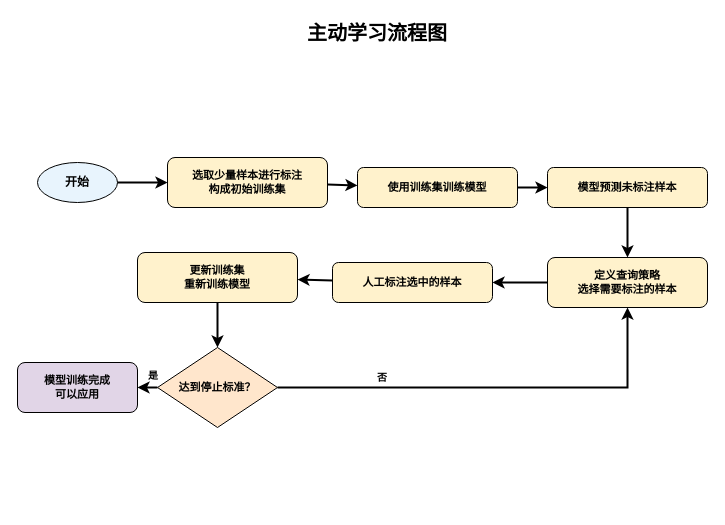
Earlier version of the draw.io diagram active learing.drawio (Melnis8/Chart). Source tidied: cells renumbered, new cells numbered last; positions are measured from the earlier drawing's top-left corner, leaving out a move shared by most shapes. Both pictures are drawn from the tidied source at 100%, with x=0, y=0 at pixel (17, 17).
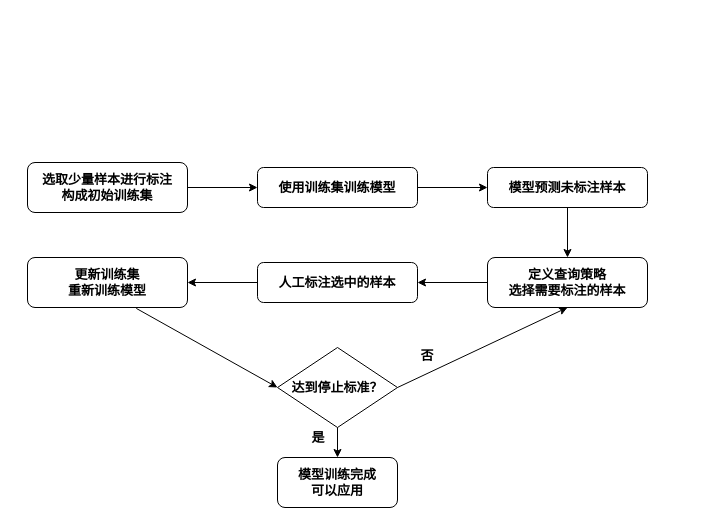
Above is the later version.

Change to the diagram source:
```diff
@@
-    <mxCell id="2" value="主动学习流程图" style="text;html=1;strokeColor=none;fillColor=none;align=center;verticalAlign=middle;whiteSpace=wrap;rounded=0;fontSize=20;fontStyle=1;" parent="1" vertex="1">
-      <mxGeometry x="260" width="200" height="30" as="geometry" />
-    </mxCell>
-    <mxCell id="3" value="开始" style="ellipse;whiteSpace=wrap;html=1;fillColor=#E8F4FD;strokeColor=#000000;fontSize=12;fontStyle=1;" parent="1" vertex="1">
-      <mxGeometry x="20" y="145" width="80" height="40" as="geometry" />
-    </mxCell>
-    <mxCell id="4" value="选取少量样本进行标注&#10;构成初始训练集" style="rounded=1;whiteSpace=wrap;html=1;fillColor=#FFF2CC;strokeColor=#000000;fontSize=11;fontStyle=1;" parent="1" vertex="1">
-      <mxGeometry x="150" y="140" width="160" height="50" as="geometry" />
+    <mxCell id="4" value="选取少量样本进行标注&#10;构成初始训练集" style="rounded=1;whiteSpace=wrap;html=1;fontSize=13;fontStyle=1;comic=0;labelBackgroundColor=none;snapToPoint=1;fixDash=1;enumerate=0;shadow=0;strokeWidth=1;convertToSvg=0;" parent="1" vertex="1">
+      <mxGeometry x="10" y="145" width="160" height="50" as="geometry" />
     </mxCell>
-    <mxCell id="5" value="使用训练集训练模型" style="rounded=1;whiteSpace=wrap;html=1;fillColor=#FFF2CC;strokeColor=#000000;fontSize=11;fontStyle=1;" parent="1" vertex="1">
-      <mxGeometry x="340" y="150" width="160" height="40" as="geometry" />
+    <mxCell id="5" value="使用训练集训练模型" style="rounded=1;whiteSpace=wrap;html=1;fontSize=13;fontStyle=1;comic=0;labelBackgroundColor=none;snapToPoint=1;fixDash=1;enumerate=0;shadow=0;strokeWidth=1;convertToSvg=0;" parent="1" vertex="1">
+      <mxGeometry x="240" y="150" width="160" height="40" as="geometry" />
     </mxCell>
-    <mxCell id="6" value="模型预测未标注样本" style="rounded=1;whiteSpace=wrap;html=1;fillColor=#FFF2CC;strokeColor=#000000;fontSize=11;fontStyle=1;" parent="1" vertex="1">
-      <mxGeometry x="530" y="150" width="160" height="40" as="geometry" />
+    <mxCell id="6" value="模型预测未标注样本" style="rounded=1;whiteSpace=wrap;html=1;fontSize=13;fontStyle=1;comic=0;labelBackgroundColor=none;snapToPoint=1;fixDash=1;enumerate=0;shadow=0;strokeWidth=1;convertToSvg=0;" parent="1" vertex="1">
+      <mxGeometry x="470" y="150" width="160" height="40" as="geometry" />
     </mxCell>
-    <mxCell id="7" value="定义查询策略&#10;选择需要标注的样本" style="rounded=1;whiteSpace=wrap;html=1;fillColor=#FFF2CC;strokeColor=#000000;fontSize=11;fontStyle=1;" parent="1" vertex="1">
-      <mxGeometry x="530" y="240" width="160" height="50" as="geometry" />
+    <mxCell id="7" value="定义查询策略&#10;选择需要标注的样本" style="rounded=1;whiteSpace=wrap;html=1;fontSize=13;fontStyle=1;comic=0;labelBackgroundColor=none;snapToPoint=1;fixDash=1;enumerate=0;shadow=0;strokeWidth=1;convertToSvg=0;" parent="1" vertex="1">
+      <mxGeometry x="470" y="240" width="160" height="50" as="geometry" />
     </mxCell>
-    <mxCell id="8" value="人工标注选中的样本" style="rounded=1;whiteSpace=wrap;html=1;fillColor=#FFF2CC;strokeColor=#000000;fontSize=11;fontStyle=1;" parent="1" vertex="1">
-      <mxGeometry x="315" y="245" width="160" height="40" as="geometry" />
+    <mxCell id="8" value="人工标注选中的样本" style="rounded=1;whiteSpace=wrap;html=1;fontSize=13;fontStyle=1;comic=0;labelBackgroundColor=none;snapToPoint=1;fixDash=1;enumerate=0;shadow=0;strokeWidth=1;convertToSvg=0;" parent="1" vertex="1">
+      <mxGeometry x="240" y="245" width="160" height="40" as="geometry" />
     </mxCell>
-    <mxCell id="9" value="更新训练集&#10;重新训练模型" style="rounded=1;whiteSpace=wrap;html=1;fillColor=#FFF2CC;strokeColor=#000000;fontSize=11;fontStyle=1;" parent="1" vertex="1">
-      <mxGeometry x="120" y="235" width="160" height="50" as="geometry" />
+    <mxCell id="9" value="更新训练集&#10;重新训练模型" style="rounded=1;whiteSpace=wrap;html=1;fontSize=13;fontStyle=1;comic=0;labelBackgroundColor=none;snapToPoint=1;fixDash=1;enumerate=0;shadow=0;strokeWidth=1;convertToSvg=0;" parent="1" vertex="1">
+      <mxGeometry x="10" y="240" width="160" height="50" as="geometry" />
     </mxCell>
-    <mxCell id="10" value="达到停止标准？" style="rhombus;whiteSpace=wrap;html=1;fillColor=#FFE6CC;strokeColor=#000000;fontSize=11;fontStyle=1;" parent="1" vertex="1">
-      <mxGeometry x="140" y="330" width="120" height="80" as="geometry" />
+    <mxCell id="10" value="达到停止标准？" style="rhombus;whiteSpace=wrap;html=1;fontSize=13;fontStyle=1;comic=0;labelBackgroundColor=none;snapToPoint=1;fixDash=1;enumerate=0;shadow=0;strokeWidth=1;convertToSvg=0;" parent="1" vertex="1">
+      <mxGeometry x="260" y="330" width="120" height="80" as="geometry" />
     </mxCell>
-    <mxCell id="11" value="模型训练完成&#10;可以应用" style="rounded=1;whiteSpace=wrap;html=1;fillColor=#E1D5E7;strokeColor=#000000;fontSize=11;fontStyle=1;" parent="1" vertex="1">
-      <mxGeometry y="345" width="120" height="50" as="geometry" />
+    <mxCell id="11" value="模型训练完成&#10;可以应用" style="rounded=1;whiteSpace=wrap;html=1;fontSize=13;fontStyle=1;comic=0;labelBackgroundColor=none;snapToPoint=1;fixDash=1;enumerate=0;shadow=0;strokeWidth=1;convertToSvg=0;" parent="1" vertex="1">
+      <mxGeometry x="260" y="440" width="120" height="50" as="geometry" />
     </mxCell>
-    <mxCell id="12" style="endArrow=classic;html=1;rounded=0;strokeWidth=2;" parent="1" edge="1" source="3" target="4">
-      <mxGeometry relative="1" as="geometry" />
-    </mxCell>
-    <mxCell id="13" style="endArrow=classic;html=1;rounded=0;strokeWidth=2;" parent="1" edge="1" source="4" target="5">
+    <mxCell id="13" style="endArrow=classic;html=1;rounded=0;strokeWidth=1;comic=0;labelBackgroundColor=none;fontColor=default;snapToPoint=1;fixDash=1;enumerate=0;shadow=0;fontSize=13;convertToSvg=0;" parent="1" edge="1" source="4" target="5">
       <mxGeometry relative="1" as="geometry" />
     </mxCell>
-    <mxCell id="14" style="endArrow=classic;html=1;rounded=0;strokeWidth=2;" parent="1" edge="1" source="5" target="6">
+    <mxCell id="14" style="endArrow=classic;html=1;rounded=0;strokeWidth=1;comic=0;labelBackgroundColor=none;fontColor=default;snapToPoint=1;fixDash=1;enumerate=0;shadow=0;fontSize=13;convertToSvg=0;" parent="1" edge="1" source="5" target="6">
       <mxGeometry relative="1" as="geometry" />
     </mxCell>
-    <mxCell id="15" style="endArrow=classic;html=1;rounded=0;strokeWidth=2;" parent="1" edge="1" source="6" target="7">
+    <mxCell id="15" style="endArrow=classic;html=1;rounded=0;strokeWidth=1;comic=0;labelBackgroundColor=none;fontColor=default;snapToPoint=1;fixDash=1;enumerate=0;shadow=0;fontSize=13;convertToSvg=0;" parent="1" edge="1" source="6" target="7">
       <mxGeometry relative="1" as="geometry" />
     </mxCell>
-    <mxCell id="16" style="endArrow=classic;html=1;rounded=0;strokeWidth=2;" parent="1" edge="1" source="7" target="8">
+    <mxCell id="16" style="endArrow=classic;html=1;rounded=0;strokeWidth=1;comic=0;labelBackgroundColor=none;fontColor=default;snapToPoint=1;fixDash=1;enumerate=0;shadow=0;fontSize=13;convertToSvg=0;" parent="1" edge="1" source="7" target="8">
       <mxGeometry relative="1" as="geometry" />
     </mxCell>
-    <mxCell id="17" style="endArrow=classic;html=1;rounded=0;strokeWidth=2;" parent="1" edge="1" source="8" target="9">
+    <mxCell id="17" style="endArrow=classic;html=1;rounded=0;strokeWidth=1;comic=0;labelBackgroundColor=none;fontColor=default;snapToPoint=1;fixDash=1;enumerate=0;shadow=0;fontSize=13;convertToSvg=0;" parent="1" edge="1" source="8" target="9">
       <mxGeometry relative="1" as="geometry" />
     </mxCell>
-    <mxCell id="18" style="endArrow=classic;html=1;rounded=0;strokeWidth=2;" parent="1" edge="1" source="9" target="10">
+    <mxCell id="18" style="endArrow=classic;html=1;rounded=0;strokeWidth=1;exitX=0.68;exitY=1.018;exitDx=0;exitDy=0;exitPerimeter=0;comic=0;labelBackgroundColor=none;fontColor=default;entryX=0;entryY=0.5;entryDx=0;entryDy=0;snapToPoint=1;fixDash=1;enumerate=0;shadow=0;fontSize=13;convertToSvg=0;" parent="1" edge="1" source="9" target="10">
       <mxGeometry relative="1" as="geometry" />
     </mxCell>
-    <mxCell id="19" style="endArrow=classic;html=1;rounded=0;strokeWidth=2;entryX=0.5;entryY=1;entryDx=0;entryDy=0;" parent="1" edge="1" source="10" target="7">
-      <mxGeometry relative="1" as="geometry">
-        <Array as="points">
-          <mxPoint x="260" y="370" />
-          <mxPoint x="610" y="370" />
-        </Array>
-      </mxGeometry>
+    <mxCell id="19" style="endArrow=classic;html=1;rounded=0;strokeWidth=1;entryX=0.5;entryY=1;entryDx=0;entryDy=0;comic=0;labelBackgroundColor=none;fontColor=default;exitX=1;exitY=0.5;exitDx=0;exitDy=0;snapToPoint=1;fixDash=1;enumerate=0;shadow=0;fontSize=13;convertToSvg=0;" parent="1" edge="1" source="10" target="7">
+      <mxGeometry relative="1" as="geometry" />
     </mxCell>
-    <mxCell id="20" style="endArrow=classic;html=1;rounded=0;strokeWidth=2;" parent="1" edge="1" source="10" target="11">
+    <mxCell id="20" style="endArrow=classic;html=1;rounded=0;strokeWidth=1;comic=0;labelBackgroundColor=none;fontColor=default;snapToPoint=1;fixDash=1;enumerate=0;shadow=0;fontSize=13;convertToSvg=0;" parent="1" edge="1" source="10" target="11">
       <mxGeometry relative="1" as="geometry" />
     </mxCell>
-    <mxCell id="21" value="否" style="text;html=1;strokeColor=none;fillColor=none;align=center;verticalAlign=middle;whiteSpace=wrap;rounded=0;fontSize=10;fontStyle=1;" parent="1" vertex="1">
-      <mxGeometry x="355" y="350" width="20" height="20" as="geometry" />
+    <mxCell id="21" value="否" style="text;html=1;align=center;verticalAlign=middle;whiteSpace=wrap;rounded=0;fontSize=13;fontStyle=1;comic=0;labelBackgroundColor=none;fixDash=1;enumerate=0;shadow=0;strokeWidth=1;convertToSvg=0;" parent="1" vertex="1">
+      <mxGeometry x="400" y="328" width="20" height="20" as="geometry" />
     </mxCell>
-    <mxCell id="22" value="是" style="text;html=1;strokeColor=none;fillColor=none;align=center;verticalAlign=middle;whiteSpace=wrap;rounded=0;fontSize=10;fontStyle=1;" parent="1" vertex="1">
-      <mxGeometry x="126" y="348" width="20" height="20" as="geometry" />
+    <mxCell id="22" value="是" style="text;html=1;align=center;verticalAlign=middle;whiteSpace=wrap;rounded=0;fontSize=13;fontStyle=1;comic=0;labelBackgroundColor=none;fixDash=1;enumerate=0;shadow=0;strokeWidth=1;convertToSvg=0;" parent="1" vertex="1">
+      <mxGeometry x="291" y="410" width="20" height="20" as="geometry" />
     </mxCell>
-    <mxCell id="23" style="edgeStyle=orthogonalEdgeStyle;rounded=0;orthogonalLoop=1;jettySize=auto;html=1;exitX=0.5;exitY=1;exitDx=0;exitDy=0;" parent="1" edge="1" source="5" target="5">
+    <mxCell id="23" style="edgeStyle=orthogonalEdgeStyle;rounded=0;orthogonalLoop=1;jettySize=auto;html=1;exitX=0.5;exitY=1;exitDx=0;exitDy=0;comic=0;labelBackgroundColor=none;fontColor=default;snapToPoint=1;fixDash=1;enumerate=0;shadow=0;strokeWidth=1;fontSize=13;convertToSvg=0;" parent="1" edge="1" source="5" target="5">
       <mxGeometry relative="1" as="geometry" />
     </mxCell>
```
